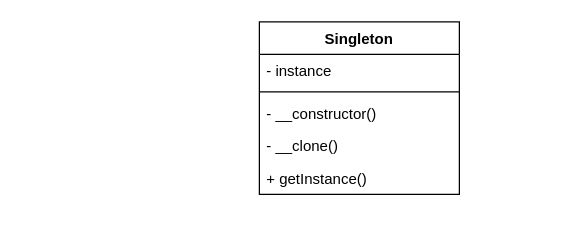
Before: page "Singleton" (1 of 2) of diagram.drawio in MeatyBanan4ik/Creational_Patterns, a draw.io diagram. Source tidied: cells renumbered, new cells numbered last; positions are measured from the earlier drawing's top-left corner, leaving out a move shared by most shapes. Both pictures are drawn from the tidied source at 125%, with x=0, y=0 at pixel (259, 21).
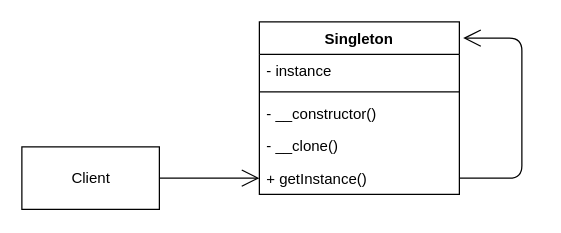
Above is the later version.

Change to the diagram source:
```diff
@@
 <mxGraphModel>
   <root>
     <mxCell id="0" />
     <mxCell id="1" parent="0" />
     <mxCell id="2" value="Singleton" style="swimlane;fontStyle=1;align=center;verticalAlign=top;horizontal=1;startSize=26;" parent="1" vertex="1">
       <mxGeometry width="160" height="138" as="geometry" />
     </mxCell>
     <mxCell id="3" value="- instance" style="text;strokeColor=none;fillColor=none;align=left;verticalAlign=top;spacingLeft=4;spacingRight=4;overflow=hidden;" parent="2" vertex="1">
       <mxGeometry y="26" width="160" height="26" as="geometry" />
     </mxCell>
     <mxCell id="4" style="line;strokeWidth=1;fillColor=none;align=left;verticalAlign=middle;spacingTop=-1;spacingLeft=3;spacingRight=3;labelPosition=right;" parent="2" vertex="1">
       <mxGeometry y="52" width="160" height="8" as="geometry" />
     </mxCell>
     <mxCell id="5" value="- __constructor()" style="text;strokeColor=none;fillColor=none;align=left;verticalAlign=top;spacingLeft=4;spacingRight=4;overflow=hidden;" parent="2" vertex="1">
       <mxGeometry y="60" width="160" height="26" as="geometry" />
     </mxCell>
     <mxCell id="6" value="- __clone()" style="text;strokeColor=none;fillColor=none;align=left;verticalAlign=top;spacingLeft=4;spacingRight=4;overflow=hidden;" parent="2" vertex="1">
       <mxGeometry y="86" width="160" height="26" as="geometry" />
     </mxCell>
     <mxCell id="7" value="+ getInstance()" style="text;strokeColor=none;fillColor=none;align=left;verticalAlign=top;spacingLeft=4;spacingRight=4;overflow=hidden;points=[[0,0.5],[1,0.5]];portConstraint=eastwest;" parent="2" vertex="1">
       <mxGeometry y="112" width="160" height="26" as="geometry" />
     </mxCell>
+    <mxCell id="8" style="endArrow=open;endFill=1;endSize=12;html=1;exitX=1;exitY=0.5;exitDx=0;exitDy=0;entryX=1.019;entryY=0.094;entryDx=0;entryDy=0;entryPerimeter=0;" parent="2" edge="1" source="7" target="2">
+      <mxGeometry relative="1" as="geometry">
+        <Array as="points">
+          <mxPoint x="210" y="125" />
+          <mxPoint x="210" y="13" />
+        </Array>
+      </mxGeometry>
+    </mxCell>
+    <mxCell id="9" value="Client" style="html=1;" parent="1" vertex="1">
+      <mxGeometry x="-190" y="100" width="110" height="50" as="geometry" />
+    </mxCell>
+    <mxCell id="10" style="endArrow=open;endFill=1;endSize=12;html=1;exitX=1;exitY=0.5;exitDx=0;exitDy=0;entryX=0;entryY=0.5;entryDx=0;entryDy=0;" parent="1" edge="1" source="9" target="7">
+      <mxGeometry relative="1" as="geometry" />
+    </mxCell>
   </root>
 </mxGraphModel>
```
